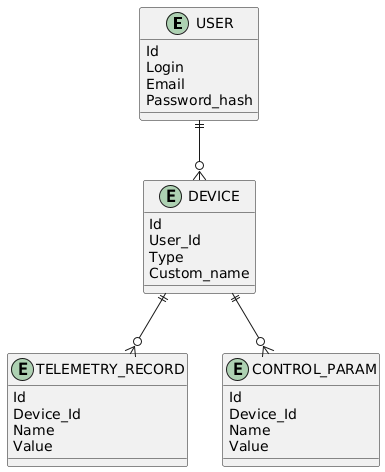
This is new-er.png from AlexanderNikitin/architecture-sprint-3, a PlantUML export, as it was before one commit.
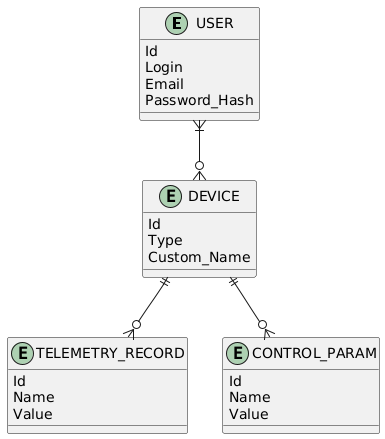
Above is the later version.

Change to the diagram source:
```diff
@@ -3,31 +3,28 @@
     Id
     Login
     Email
-    Password_hash
+    Password_Hash
 }
 
 entity DEVICE {
     Id
-    User_Id
     Type
-    Custom_name
+    Custom_Name
 }
 
 entity TELEMETRY_RECORD {
     Id
-    Device_Id
     Name
     Value
 }
 
 entity CONTROL_PARAM {
     Id
-    Device_Id
     Name
     Value
 }
 
-USER ||--o{ DEVICE
+USER }|--o{ DEVICE
 DEVICE ||--o{ TELEMETRY_RECORD
 DEVICE ||--o{ CONTROL_PARAM
 @enduml
```
